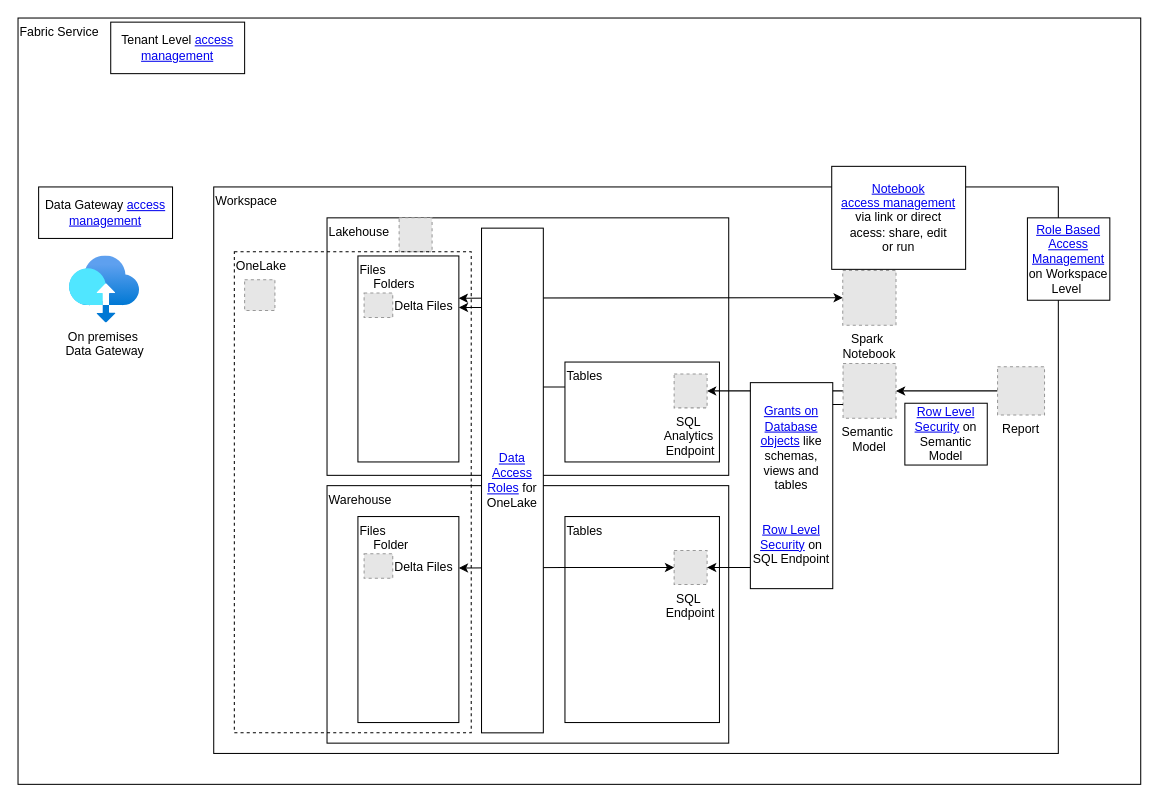
The draw.io diagram page "Access Management" (6 of 8) of Fabric.drawio in jugi92/useful_architectures, before the edit. Source tidied: cells renumbered, new cells numbered last; positions are measured from the earlier drawing's top-left corner, leaving out a move shared by most shapes. Both pictures are drawn from the tidied source at 103%, with x=0, y=0 at pixel (18, 18). Pictures stored in the file or linked from it are replaced by grey dashed boxes.
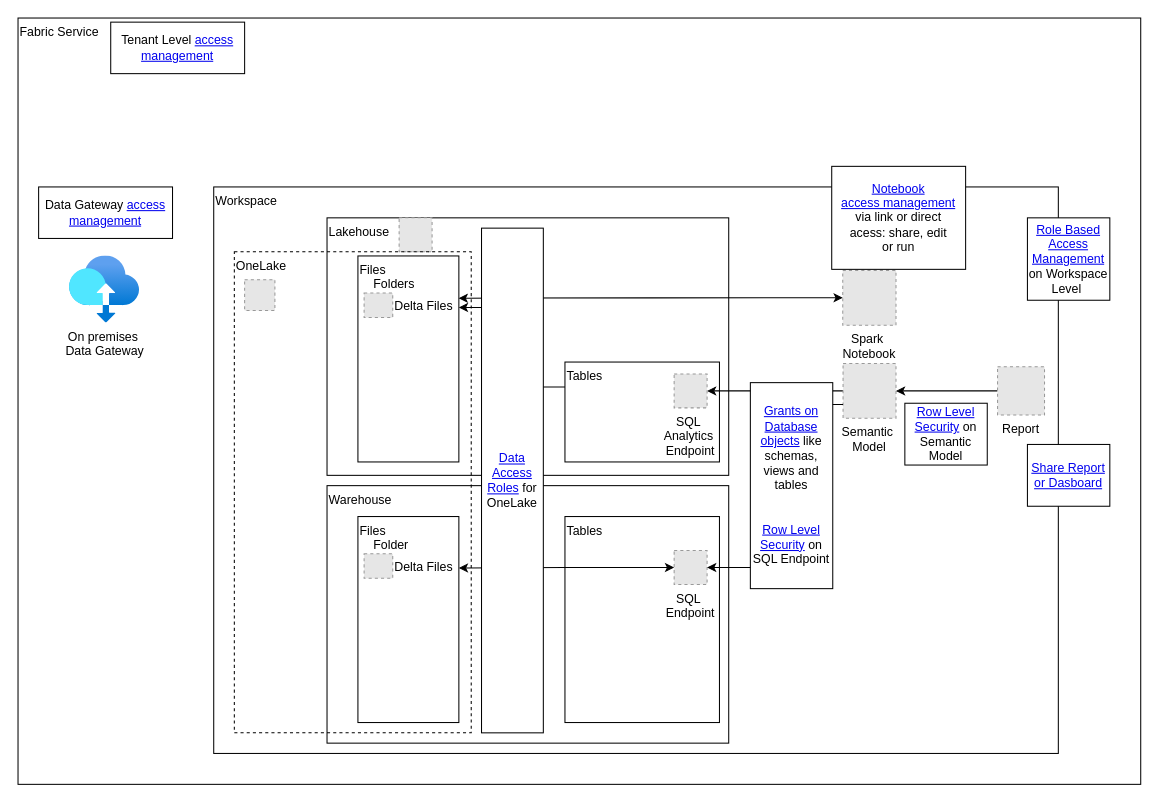
Above is the later version.

Commit message (it also covers changes not shown here):
add report and dashboard sharing

Diff of the diagram source:
```diff
@@
+    <mxCell id="36" value="&lt;a href=&quot;https://learn.microsoft.com/en-us/power-bi/collaborate-share/service-how-to-collaborate-distribute-dashboards-reports#share-reports-or-dashboards&quot;&gt;Share Report or Dasboard&lt;/a&gt;" style="rounded=0;whiteSpace=wrap;html=1;" parent="27" vertex="1">
+      <mxGeometry x="980" y="414" width="80" height="60" as="geometry" />
+    </mxCell>
```
